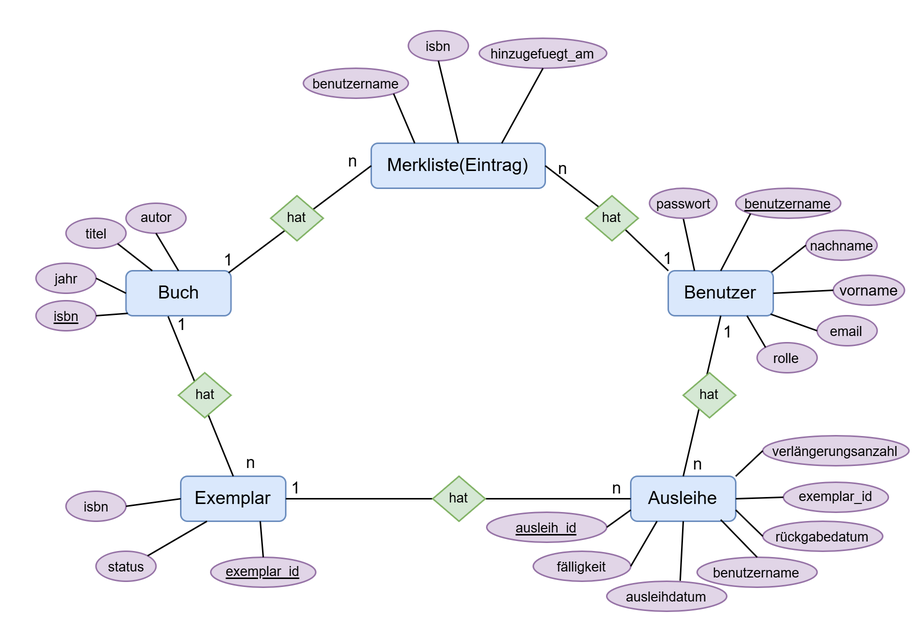
The draw.io diagram Diagramm/BibflowERM.png in Senaa05/Objektorientiertes-Programmieren, before a commit. Source tidied: cells renumbered, new cells last; positions are measured from the earlier drawing's top-left corner, leaving out a move shared by most shapes.
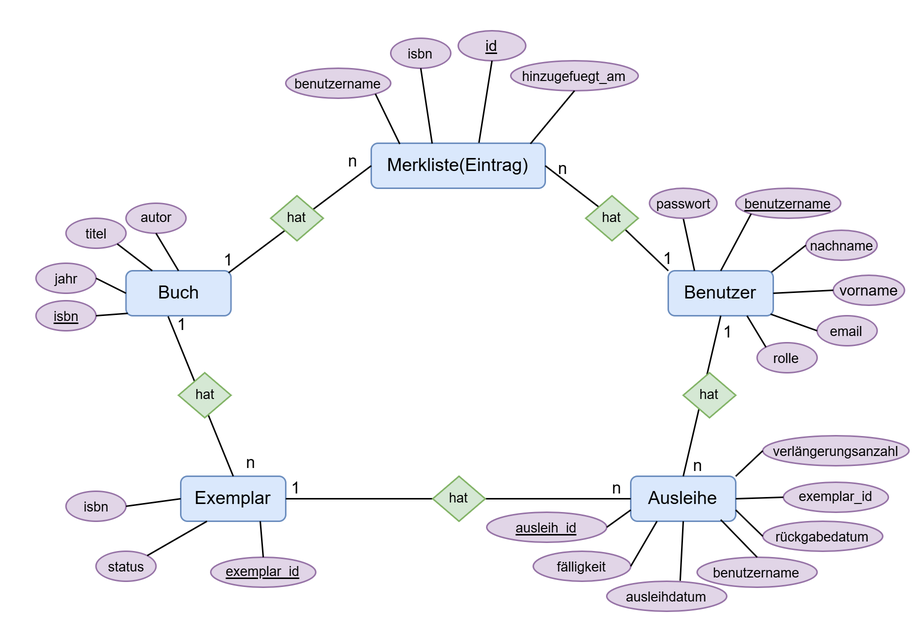
The same diagram one commit later.

Commit message:
Korrektur ERM Diagramm

Diff of the diagram source:
```diff
@@ -131,21 +131,21 @@
       <mxGeometry relative="1" as="geometry" />
     </mxCell>
     <mxCell id="42" value="&lt;font style=&quot;font-size: 9px;&quot;&gt;benutzername&lt;/font&gt;" style="ellipse;whiteSpace=wrap;html=1;fillColor=#e1d5e7;strokeColor=#9673a6;" parent="1" vertex="1">
-      <mxGeometry x="177.8" y="25" width="70" height="20" as="geometry" />
+      <mxGeometry x="166" y="25" width="70" height="20" as="geometry" />
     </mxCell>
     <mxCell id="43" value="&lt;font style=&quot;font-size: 9px;&quot;&gt;isbn&lt;/font&gt;" style="ellipse;whiteSpace=wrap;html=1;fillColor=#e1d5e7;strokeColor=#9673a6;" parent="1" vertex="1">
-      <mxGeometry x="247.8" width="40" height="20" as="geometry" />
+      <mxGeometry x="236" y="5" width="40" height="20" as="geometry" />
     </mxCell>
     <mxCell id="44" value="&lt;font style=&quot;font-size: 9px;&quot;&gt;hinzugefuegt_am&lt;/font&gt;" style="ellipse;whiteSpace=wrap;html=1;fillColor=#e1d5e7;strokeColor=#9673a6;" parent="1" vertex="1">
-      <mxGeometry x="295" y="5" width="85" height="20" as="geometry" />
+      <mxGeometry x="316" y="20" width="85" height="20" as="geometry" />
     </mxCell>
-    <mxCell id="45" style="endArrow=none;html=1;rounded=0;exitX=0.25;exitY=0;exitDx=0;exitDy=0;entryX=1;entryY=1;entryDx=0;entryDy=0;" parent="1" edge="1" source="5" target="42">
+    <mxCell id="45" style="endArrow=none;html=1;rounded=0;exitX=0.164;exitY=0.017;exitDx=0;exitDy=0;entryX=1;entryY=1;entryDx=0;entryDy=0;exitPerimeter=0;" parent="1" edge="1" source="5" target="42">
       <mxGeometry relative="1" as="geometry" />
     </mxCell>
-    <mxCell id="46" style="endArrow=none;html=1;rounded=0;exitX=0.5;exitY=0;exitDx=0;exitDy=0;entryX=0.5;entryY=1;entryDx=0;entryDy=0;" parent="1" edge="1" source="5" target="43">
+    <mxCell id="46" style="endArrow=none;html=1;rounded=0;exitX=0.35;exitY=0.006;exitDx=0;exitDy=0;entryX=0.5;entryY=1;entryDx=0;entryDy=0;exitPerimeter=0;" parent="1" edge="1" source="5" target="43">
       <mxGeometry relative="1" as="geometry" />
     </mxCell>
-    <mxCell id="47" style="endArrow=none;html=1;rounded=0;exitX=0.75;exitY=0;exitDx=0;exitDy=0;entryX=0.5;entryY=1;entryDx=0;entryDy=0;" parent="1" edge="1" source="5" target="44">
+    <mxCell id="47" style="endArrow=none;html=1;rounded=0;entryX=0.5;entryY=1;entryDx=0;entryDy=0;exitX=0.915;exitY=0.011;exitDx=0;exitDy=0;exitPerimeter=0;" parent="1" edge="1" source="5" target="44">
       <mxGeometry relative="1" as="geometry" />
     </mxCell>
     <mxCell id="48" style="endArrow=none;html=1;rounded=0;exitX=0.5;exitY=0;exitDx=0;exitDy=0;entryX=0.401;entryY=1.015;entryDx=0;entryDy=0;endFill=0;entryPerimeter=0;" parent="1" edge="1" source="2" target="6">
@@ -245,5 +245,11 @@
     <mxCell id="74" style="endArrow=none;html=1;rounded=0;entryX=1;entryY=0.5;entryDx=0;entryDy=0;exitX=0;exitY=0.5;exitDx=0;exitDy=0;" parent="1" edge="1" source="73" target="3">
       <mxGeometry relative="1" as="geometry" />
     </mxCell>
+    <mxCell id="75" value="&lt;font size=&quot;1&quot;&gt;&lt;u&gt;id&lt;/u&gt;&lt;/font&gt;" style="ellipse;whiteSpace=wrap;html=1;fillColor=#e1d5e7;strokeColor=#9673a6;" parent="1" vertex="1">
+      <mxGeometry x="281" width="45" height="20" as="geometry" />
+    </mxCell>
+    <mxCell id="76" style="endArrow=none;html=1;rounded=0;entryX=0.5;entryY=1;entryDx=0;entryDy=0;exitX=0.619;exitY=-0.01;exitDx=0;exitDy=0;exitPerimeter=0;" parent="1" edge="1" source="5" target="75">
+      <mxGeometry relative="1" as="geometry" />
+    </mxCell>
   </root>
 </mxGraphModel>
```
